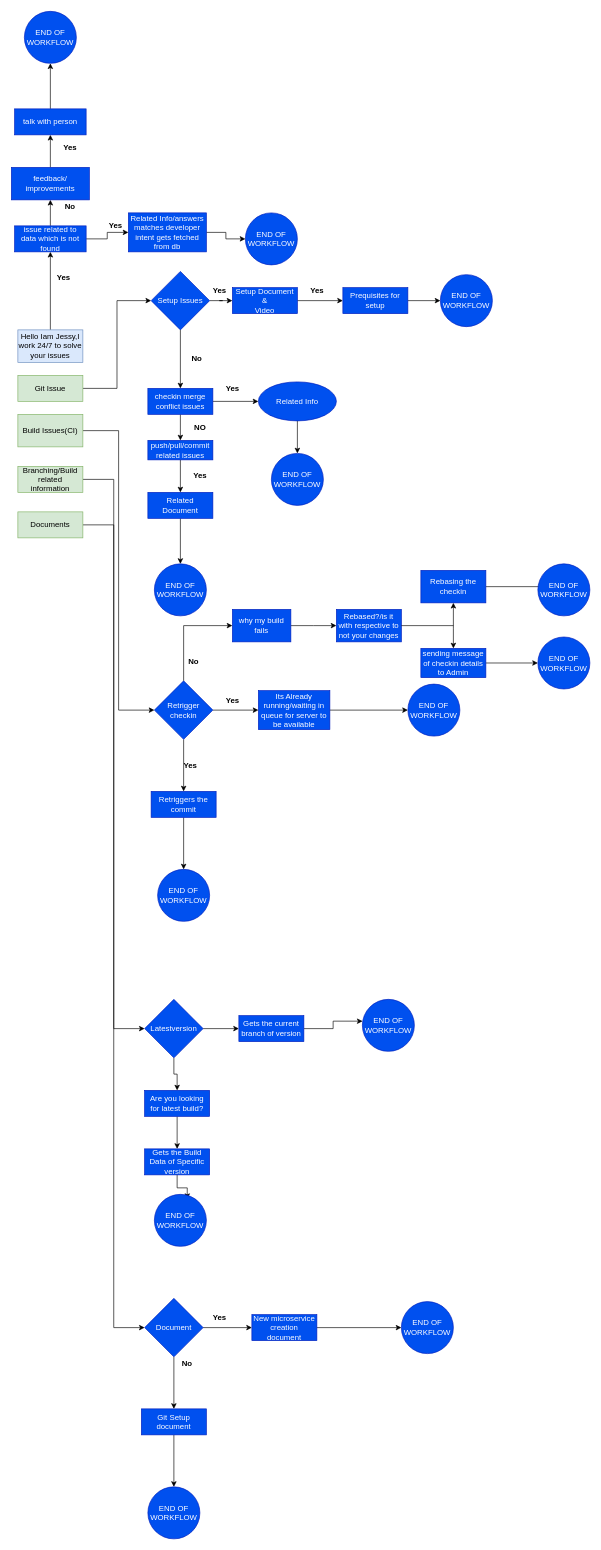
This is base.drawio from raparthibhargav13299/ChatBot, a draw.io file, before an edit. Source tidied: cells renumbered, new cells numbered last; positions are measured from the earlier drawing's top-left corner, leaving out a move shared by most shapes. Both pictures are drawn from the tidied source at 65%, with x=0, y=0 at pixel (11, 11).
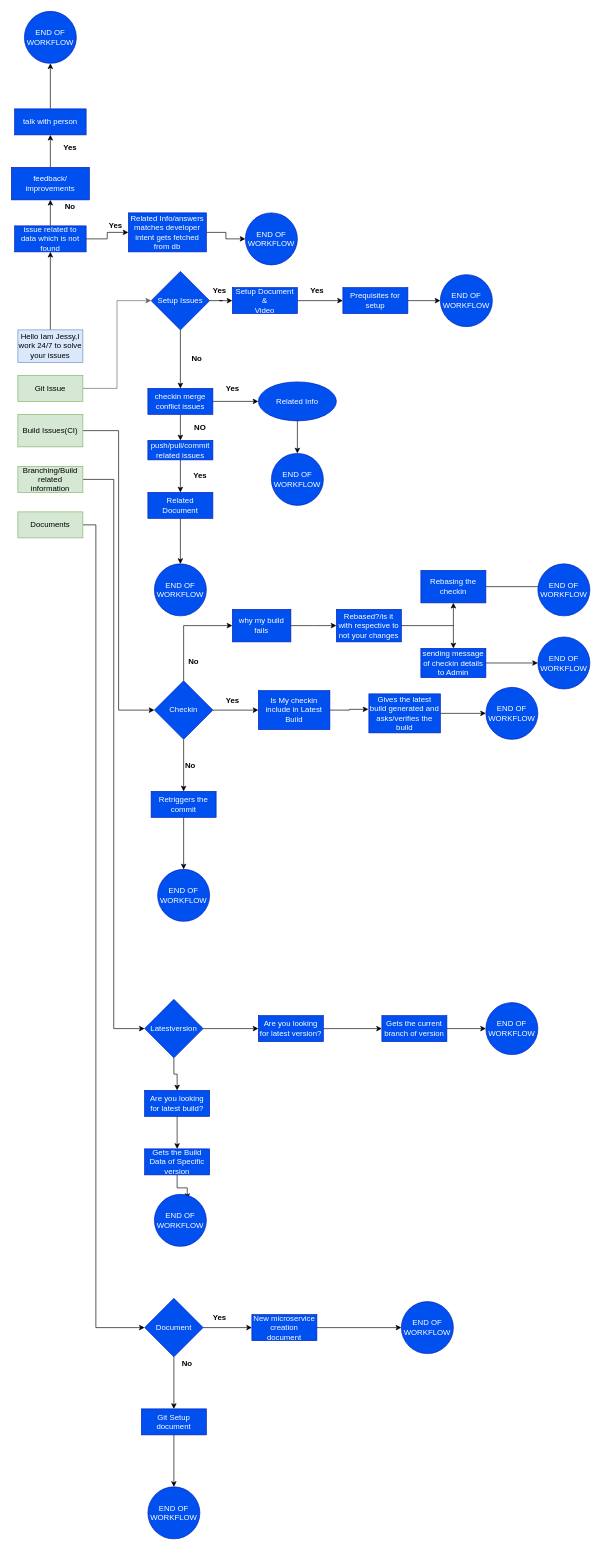
The same diagram, later.

The change refers to these unchanged cells:
```xml
<mxCell id="5" value="Git Issue" style="rounded=0;whiteSpace=wrap;html=1;fillColor=#d5e8d4;strokeColor=#82b366;" parent="1" vertex="1">
  <mxGeometry x="10" y="560" width="100" height="40" as="geometry" />
</mxCell>
<mxCell id="18" value="Documents" style="rounded=0;whiteSpace=wrap;html=1;fillColor=#d5e8d4;strokeColor=#82b366;" parent="1" vertex="1">
  <mxGeometry x="10" y="770" width="100" height="40" as="geometry" />
</mxCell>
<mxCell id="23" value="Setup Issues" style="rhombus;whiteSpace=wrap;html=1;fillColor=#0050ef;fontColor=#ffffff;strokeColor=#001DBC;" parent="1" vertex="1">
  <mxGeometry x="215" y="400" width="90" height="90" as="geometry" />
</mxCell>
<mxCell id="83" value="Latestversion" style="rhombus;whiteSpace=wrap;html=1;fillColor=#0050ef;fontColor=#ffffff;strokeColor=#001DBC;" parent="1" vertex="1">
  <mxGeometry x="205" y="1520" width="90" height="90" as="geometry" />
</mxCell>
<mxCell id="94" value="Document" style="rhombus;whiteSpace=wrap;html=1;fillColor=#0050ef;fontColor=#ffffff;strokeColor=#001DBC;" parent="1" vertex="1">
  <mxGeometry x="205" y="1980" width="90" height="90" as="geometry" />
</mxCell>
```

The edit, as a diff of the source:
```diff
@@
-    <mxCell id="4" style="edgeStyle=orthogonalEdgeStyle;rounded=0;jettySize=auto;html=1;entryX=0;entryY=0.5;entryDx=0;entryDy=0;" parent="1" edge="1" source="5" target="23">
+    <mxCell id="4" style="edgeStyle=orthogonalEdgeStyle;rounded=0;jettySize=auto;html=1;entryX=0;entryY=0.5;entryDx=0;entryDy=0;fillColor=#f5f5f5;strokeColor=#666666;" parent="1" edge="1" source="5" target="23">
       <mxGeometry relative="1" as="geometry" />
     </mxCell>
@@
     <mxCell id="17" style="edgeStyle=orthogonalEdgeStyle;rounded=0;jettySize=auto;html=1;entryX=0;entryY=0.5;entryDx=0;entryDy=0;" parent="1" edge="1" source="18" target="94">
-      <mxGeometry relative="1" as="geometry" />
+      <mxGeometry relative="1" as="geometry">
+        <Array as="points">
+          <mxPoint x="130" y="790" />
+          <mxPoint x="130" y="2025" />
+        </Array>
+      </mxGeometry>
     </mxCell>
@@
-    <mxCell id="49" value="&lt;b&gt;Yes&lt;/b&gt;" style="text;html=1;align=center;verticalAlign=middle;strokeColor=none;fillColor=none;" parent="1" vertex="1">
-      <mxGeometry x="60" y="395" width="40" height="30" as="geometry" />
-    </mxCell>
@@
-    <mxCell id="59" value="Retrigger checkin" style="rhombus;whiteSpace=wrap;html=1;fillColor=#0050ef;fontColor=#ffffff;strokeColor=#001DBC;" parent="1" vertex="1">
+    <mxCell id="59" value="Checkin" style="rhombus;whiteSpace=wrap;html=1;fillColor=#0050ef;fontColor=#ffffff;strokeColor=#001DBC;" parent="1" vertex="1">
       <mxGeometry x="220" y="1030" width="90" height="90" as="geometry" />
     </mxCell>
@@
-    <mxCell id="63" value="&lt;b&gt;Yes&lt;/b&gt;" style="text;html=1;align=center;verticalAlign=middle;strokeColor=none;fillColor=none;" parent="1" vertex="1">
+    <mxCell id="63" value="&lt;b&gt;No&lt;/b&gt;" style="text;html=1;align=center;verticalAlign=middle;strokeColor=none;fillColor=none;" parent="1" vertex="1">
       <mxGeometry x="255" y="1145" width="40" height="30" as="geometry" />
     </mxCell>
-    <mxCell id="64" style="edgeStyle=orthogonalEdgeStyle;rounded=0;jettySize=auto;html=1;entryX=0;entryY=0.5;entryDx=0;entryDy=0;" parent="1" edge="1" source="65" target="66">
-      <mxGeometry relative="1" as="geometry" />
-    </mxCell>
+    <mxCell id="99" style="edgeStyle=orthogonalEdgeStyle;rounded=0;jettySize=auto;html=1;entryX=-0.007;entryY=0.396;entryDx=0;entryDy=0;entryPerimeter=0;" parent="1" edge="1" source="65" target="102">
+      <mxGeometry relative="1" as="geometry" />
+    </mxCell>
-    <mxCell id="65" value="Its Already running/waiting in queue for server to be available" style="rounded=0;whiteSpace=wrap;html=1;fillColor=#0050ef;fontColor=#ffffff;strokeColor=#001DBC;" parent="1" vertex="1">
+    <mxCell id="65" value="Is My checkin include in Latest Build" style="rounded=0;whiteSpace=wrap;html=1;fillColor=#0050ef;fontColor=#ffffff;strokeColor=#001DBC;" parent="1" vertex="1">
       <mxGeometry x="380" y="1045" width="110" height="60" as="geometry" />
     </mxCell>
     <mxCell id="66" value="END OF WORKFLOW" style="ellipse;whiteSpace=wrap;html=1;fillColor=#0050ef;fontColor=#ffffff;strokeColor=#001DBC;" parent="1" vertex="1">
-      <mxGeometry x="610" y="1035" width="80" height="80" as="geometry" />
+      <mxGeometry x="730" y="1040" width="80" height="80" as="geometry" />
     </mxCell>
@@
-    <mxCell id="81" style="edgeStyle=orthogonalEdgeStyle;rounded=0;jettySize=auto;html=1;entryX=0;entryY=0.5;entryDx=0;entryDy=0;" parent="1" edge="1" source="83" target="87">
-      <mxGeometry relative="1" as="geometry" />
-    </mxCell>
@@
+    <mxCell id="100" style="edgeStyle=orthogonalEdgeStyle;rounded=0;jettySize=auto;html=1;entryX=0;entryY=0.5;entryDx=0;entryDy=0;" parent="1" edge="1" source="83" target="104">
+      <mxGeometry relative="1" as="geometry" />
+    </mxCell>
@@
-    <mxCell id="86" style="edgeStyle=orthogonalEdgeStyle;rounded=0;jettySize=auto;html=1;entryX=0.004;entryY=0.419;entryDx=0;entryDy=0;entryPerimeter=0;" parent="1" edge="1" source="87" target="91">
+    <mxCell id="86" style="edgeStyle=orthogonalEdgeStyle;rounded=0;jettySize=auto;html=1;entryX=0;entryY=0.5;entryDx=0;entryDy=0;" parent="1" edge="1" source="87" target="91">
       <mxGeometry relative="1" as="geometry" />
     </mxCell>
     <mxCell id="87" value="Gets the current branch of version" style="rounded=0;whiteSpace=wrap;html=1;fillColor=#0050ef;fontColor=#ffffff;strokeColor=#001DBC;" parent="1" vertex="1">
-      <mxGeometry x="350" y="1545" width="100" height="40" as="geometry" />
+      <mxGeometry x="570" y="1545" width="100" height="40" as="geometry" />
     </mxCell>
@@
     <mxCell id="91" value="END OF WORKFLOW" style="ellipse;whiteSpace=wrap;html=1;fillColor=#0050ef;fontColor=#ffffff;strokeColor=#001DBC;" parent="1" vertex="1">
-      <mxGeometry x="540" y="1520" width="80" height="80" as="geometry" />
+      <mxGeometry x="730" y="1525" width="80" height="80" as="geometry" />
     </mxCell>
@@
+    <mxCell id="101" style="edgeStyle=orthogonalEdgeStyle;rounded=0;jettySize=auto;html=1;entryX=0;entryY=0.5;entryDx=0;entryDy=0;" parent="1" edge="1" source="102" target="66">
+      <mxGeometry relative="1" as="geometry" />
+    </mxCell>
+    <mxCell id="102" value="Gives the latest build generated and asks/verifies the build" style="rounded=0;whiteSpace=wrap;html=1;fillColor=#0050ef;fontColor=#ffffff;strokeColor=#001DBC;" parent="1" vertex="1">
+      <mxGeometry x="550" y="1050" width="110" height="60" as="geometry" />
+    </mxCell>
+    <mxCell id="103" style="edgeStyle=orthogonalEdgeStyle;rounded=0;jettySize=auto;html=1;entryX=0;entryY=0.5;entryDx=0;entryDy=0;" parent="1" edge="1" source="104" target="87">
+      <mxGeometry relative="1" as="geometry" />
+    </mxCell>
+    <mxCell id="104" value="Are you looking for latest version?" style="rounded=0;whiteSpace=wrap;html=1;fillColor=#0050ef;fontColor=#ffffff;strokeColor=#001DBC;" parent="1" vertex="1">
+      <mxGeometry x="380" y="1545" width="100" height="40" as="geometry" />
+    </mxCell>
```
